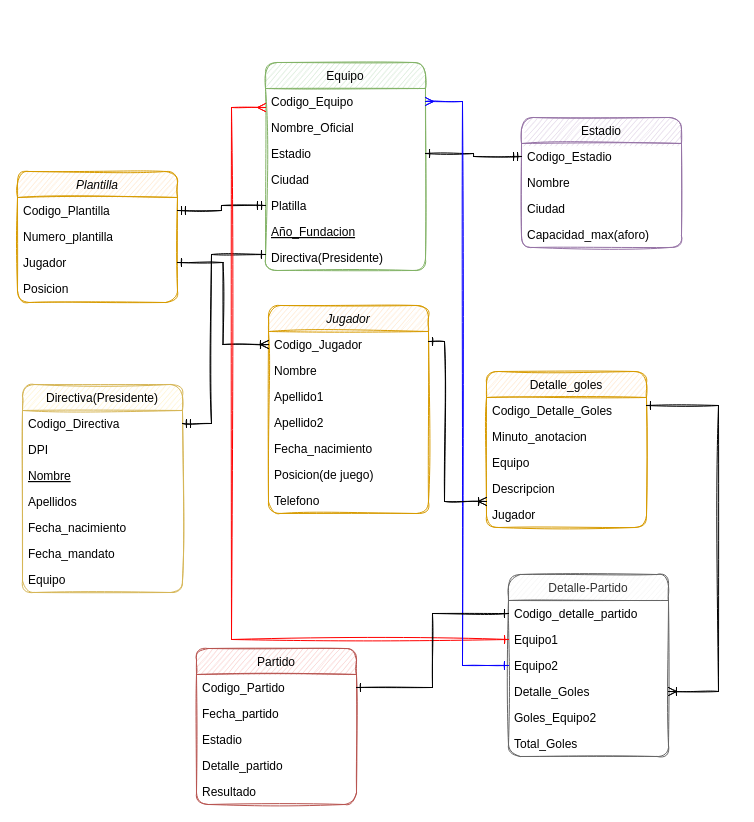
This is Examen-Analisis-JordyVega_1190-18-9769.drawio from JordyV3/segundo-parcial-analisis, a draw.io file, before an edit. Source tidied: cells renumbered, new cells numbered last; positions are measured from the earlier drawing's top-left corner, leaving out a move shared by most shapes. Both pictures are drawn from the tidied source at 100%, with x=0, y=0 at pixel (17, 62).
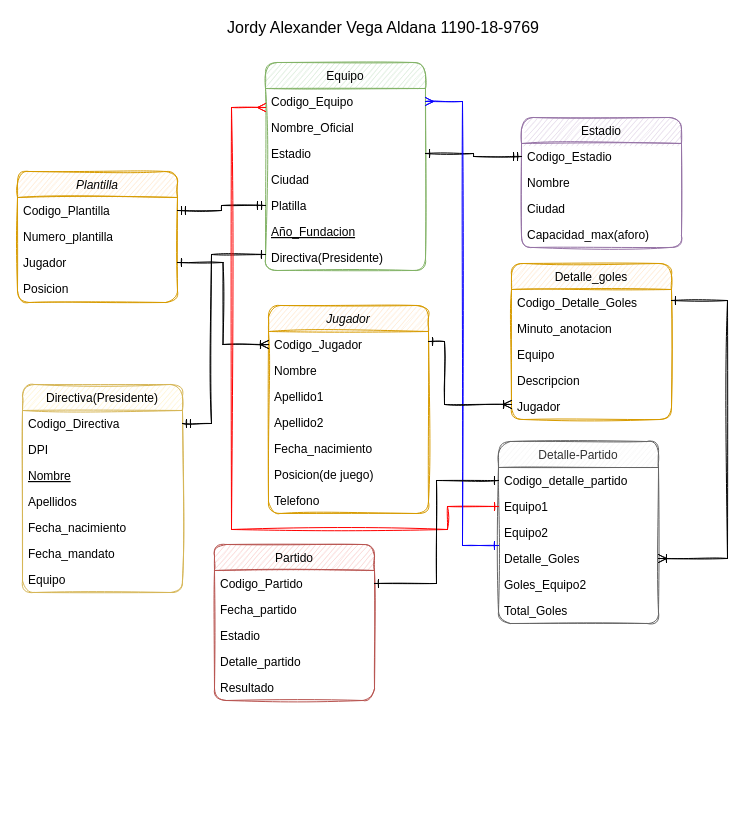
The same page after the edit.

The change refers to these unchanged cells:
```xml
<mxCell id="3" value="Codigo_Jugador" style="text;align=left;verticalAlign=top;spacingLeft=4;spacingRight=4;overflow=hidden;points=[[0,0.5],[1,0.5]];portConstraint=eastwest;rounded=1;sketch=1;" parent="2" vertex="1">
  <mxGeometry y="26" width="160" height="26" as="geometry" />
</mxCell>
<mxCell id="11" value="Codigo_Equipo" style="text;align=left;verticalAlign=top;spacingLeft=4;spacingRight=4;overflow=hidden;points=[[0,0.5],[1,0.5]];portConstraint=eastwest;rounded=1;sketch=1;" parent="10" vertex="1">
  <mxGeometry y="26" width="160" height="26" as="geometry" />
</mxCell>
<mxCell id="39" value="Equipo1   &#10;" style="text;align=left;verticalAlign=top;spacingLeft=4;spacingRight=4;overflow=hidden;points=[[0,0.5],[1,0.5]];portConstraint=eastwest;rounded=1;sketch=1;" parent="37" vertex="1">
  <mxGeometry y="52" width="160" height="26" as="geometry" />
</mxCell>
<mxCell id="40" value="Equipo2" style="text;align=left;verticalAlign=top;spacingLeft=4;spacingRight=4;overflow=hidden;points=[[0,0.5],[1,0.5]];portConstraint=eastwest;rounded=1;sketch=1;" parent="37" vertex="1">
  <mxGeometry y="78" width="160" height="26" as="geometry" />
</mxCell>
<mxCell id="41" value="Detalle_Goles&#10;" style="text;align=left;verticalAlign=top;spacingLeft=4;spacingRight=4;overflow=hidden;points=[[0,0.5],[1,0.5]];portConstraint=eastwest;rounded=1;sketch=1;" parent="37" vertex="1">
  <mxGeometry y="104" width="160" height="26" as="geometry" />
</mxCell>
<mxCell id="45" value="Codigo_Detalle_Goles" style="text;align=left;verticalAlign=top;spacingLeft=4;spacingRight=4;overflow=hidden;points=[[0,0.5],[1,0.5]];portConstraint=eastwest;rounded=1;sketch=1;" parent="44" vertex="1">
  <mxGeometry y="26" width="160" height="26" as="geometry" />
</mxCell>
<mxCell id="49" value="Jugador" style="text;align=left;verticalAlign=top;spacingLeft=4;spacingRight=4;overflow=hidden;points=[[0,0.5],[1,0.5]];portConstraint=eastwest;shadow=0;html=0;rounded=1;sketch=1;" parent="44" vertex="1">
  <mxGeometry y="130" width="160" height="26" as="geometry" />
</mxCell>
```

Diff of the diagram source:
```diff
@@
     <mxCell id="23" value="Partido" style="swimlane;fontStyle=0;align=center;verticalAlign=top;horizontal=1;startSize=26;shadow=0;strokeWidth=1;fillColor=#f8cecc;strokeColor=#b85450;rounded=1;sketch=1;" parent="1" vertex="1">
-      <mxGeometry x="179" y="586" width="160" height="156" as="geometry" />
+      <mxGeometry x="197" y="482" width="160" height="156" as="geometry" />
     </mxCell>
@@
     <mxCell id="37" value="Detalle-Partido" style="swimlane;fontStyle=0;align=center;verticalAlign=top;horizontal=1;startSize=26;shadow=0;strokeWidth=1;fillColor=#f5f5f5;strokeColor=#666666;fontColor=#333333;rounded=1;sketch=1;" parent="1" vertex="1">
-      <mxGeometry x="491" y="512" width="160" height="182" as="geometry" />
+      <mxGeometry x="481" y="379" width="160" height="182" as="geometry" />
     </mxCell>
@@
     <mxCell id="44" value="Detalle_goles" style="swimlane;fontStyle=0;align=center;verticalAlign=top;horizontal=1;startSize=26;shadow=0;strokeWidth=1;rounded=1;sketch=1;fillColor=#ffe6cc;strokeColor=#d79b00;" parent="1" vertex="1">
-      <mxGeometry x="469" y="309" width="160" height="156" as="geometry" />
+      <mxGeometry x="494" y="201" width="160" height="156" as="geometry" />
     </mxCell>
@@
     <mxCell id="59" style="edgeStyle=orthogonalEdgeStyle;rounded=0;sketch=1;jettySize=auto;html=1;startArrow=ERmany;startFill=0;endArrow=ERone;endFill=0;strokeColor=#FF0000;" parent="1" edge="1" source="11" target="39">
       <mxGeometry relative="1" as="geometry">
         <Array as="points">
           <mxPoint x="214" y="45" />
-          <mxPoint x="214" y="577" />
+          <mxPoint x="214" y="467" />
+          <mxPoint x="430" y="467" />
+          <mxPoint x="430" y="444" />
         </Array>
       </mxGeometry>
     </mxCell>
     <mxCell id="60" style="edgeStyle=orthogonalEdgeStyle;rounded=0;sketch=1;jettySize=auto;html=1;startArrow=ERmany;startFill=0;endArrow=ERone;endFill=0;strokeColor=#0800FF;" parent="1" edge="1" source="11" target="40">
       <mxGeometry relative="1" as="geometry">
         <Array as="points">
           <mxPoint x="445" y="39" />
-          <mxPoint x="445" y="603" />
+          <mxPoint x="445" y="483" />
         </Array>
       </mxGeometry>
     </mxCell>
@@
     <mxCell id="62" style="edgeStyle=orthogonalEdgeStyle;rounded=0;sketch=1;jettySize=auto;html=1;startArrow=ERone;startFill=0;endArrow=ERoneToMany;endFill=0;strokeColor=#000000;" parent="1" edge="1" source="3" target="49">
       <mxGeometry relative="1" as="geometry">
         <Array as="points">
           <mxPoint x="427" y="279" />
-          <mxPoint x="427" y="439" />
+          <mxPoint x="427" y="342" />
         </Array>
       </mxGeometry>
     </mxCell>
     <mxCell id="63" style="edgeStyle=orthogonalEdgeStyle;rounded=0;sketch=1;jettySize=auto;html=1;startArrow=ERone;startFill=0;endArrow=ERoneToMany;endFill=0;strokeColor=#000000;" parent="1" edge="1" source="45" target="41">
       <mxGeometry relative="1" as="geometry">
         <Array as="points">
-          <mxPoint x="701" y="343" />
-          <mxPoint x="701" y="629" />
+          <mxPoint x="710" y="238" />
+          <mxPoint x="710" y="496" />
         </Array>
       </mxGeometry>
     </mxCell>
+    <mxCell id="64" value="&lt;font style=&quot;font-size: 16px&quot;&gt;Jordy Alexander Vega Aldana 1190-18-9769&lt;/font&gt;" style="text;html=1;strokeColor=none;fillColor=none;align=center;verticalAlign=middle;whiteSpace=wrap;rounded=0;" parent="1" vertex="1">
+      <mxGeometry x="195" y="-45" width="342" height="20" as="geometry" />
+    </mxCell>
```
